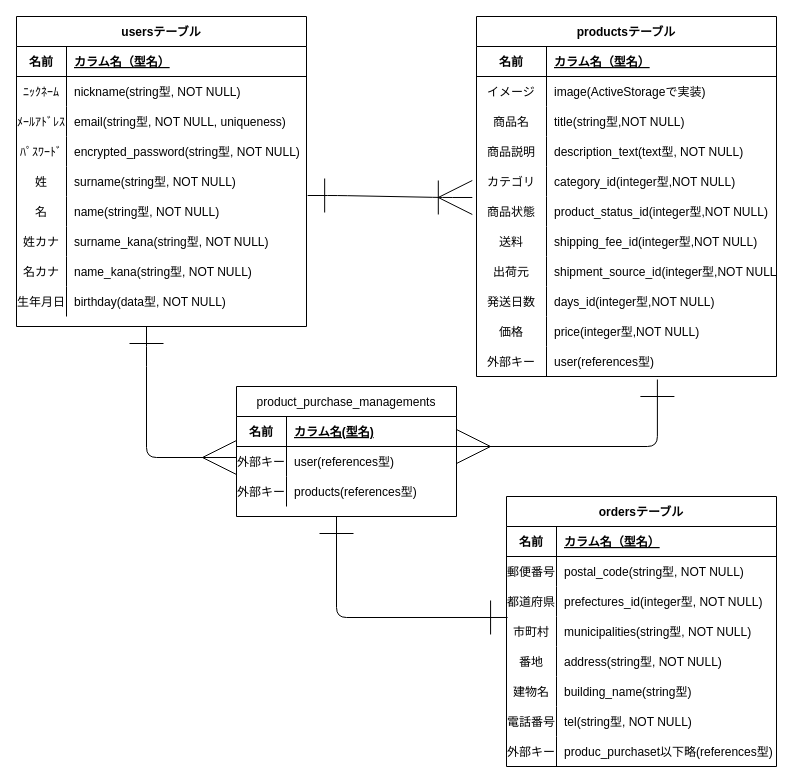
Above: DBdesign.dio in Sazami4423/furima-28477 (draw.io), before the change. Source tidied: cells renumbered, new cells numbered last; positions are measured from the earlier drawing's top-left corner, leaving out a move shared by most shapes. Both pictures are drawn from the tidied source at 100%, with x=0, y=0 at pixel (16, 16).
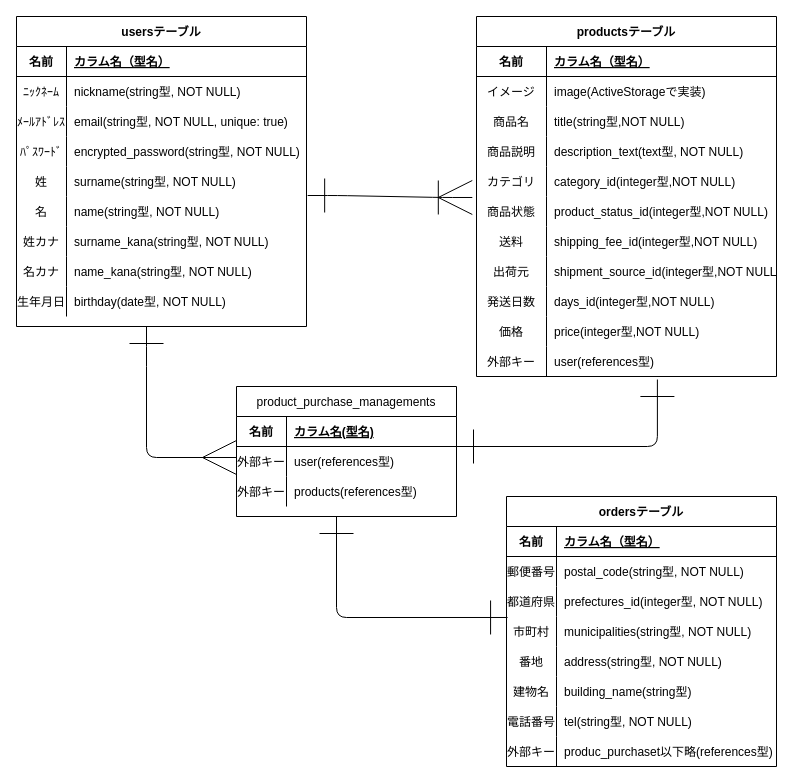
After the change.

Commit message (it also covers changes not shown here):
README,ER図の再々修正

Unchanged cells that the change refers to:
```xml
<mxCell id="33" style="shape=partialRectangle;fillColor=none;top=0;left=0;bottom=0;right=0;points=[[0,0.5],[1,0.5]];portConstraint=eastwest;" parent="2" vertex="1">
  <mxGeometry y="330" width="300" height="30" as="geometry" />
</mxCell>
<mxCell id="68" style="shape=partialRectangle;fillColor=none;top=0;left=0;bottom=0;right=0;" parent="61" vertex="1">
  <mxGeometry y="90" width="290" height="30" as="geometry" />
</mxCell>
<mxCell id="86" style="shape=partialRectangle;fillColor=none;top=0;left=0;bottom=0;right=0;" parent="61" vertex="1">
  <mxGeometry y="270" width="290" height="30" as="geometry" />
</mxCell>
<mxCell id="95" style="shape=partialRectangle;fillColor=none;top=0;left=0;bottom=0;right=0;points=[[0,0.5],[1,0.5]];portConstraint=eastwest;" parent="91" vertex="1">
  <mxGeometry y="60" width="220" height="30" as="geometry" />
</mxCell>
```

The edit, as a diff of the source:
```diff
@@
-    <mxCell id="70" value="email(string型, NOT NULL, uniqueness)" style="shape=partialRectangle;fillColor=none;top=0;left=0;bottom=0;right=0;align=left;spacingLeft=6;overflow=hidden;" parent="68" vertex="1">
+    <mxCell id="70" value="email(string型, NOT NULL, unique: true)" style="shape=partialRectangle;fillColor=none;top=0;left=0;bottom=0;right=0;align=left;spacingLeft=6;overflow=hidden;fontStyle=0;" parent="68" vertex="1">
       <mxGeometry x="50" width="240" height="30" as="geometry" />
     </mxCell>
@@
-    <mxCell id="88" value="birthday(data型, NOT NULL)" style="shape=partialRectangle;fillColor=none;top=0;left=0;bottom=0;right=0;align=left;spacingLeft=6;overflow=hidden;" parent="86" vertex="1">
+    <mxCell id="88" value="birthday(date型, NOT NULL)" style="shape=partialRectangle;fillColor=none;top=0;left=0;bottom=0;right=0;align=left;spacingLeft=6;overflow=hidden;" parent="86" vertex="1">
       <mxGeometry x="50" width="240" height="30" as="geometry" />
     </mxCell>
@@
-    <mxCell id="90" style="edgeStyle=orthogonalEdgeStyle;fontSize=12;html=1;endArrow=ERone;startArrow=ERmany;targetPerimeterSpacing=11;endSize=32;startSize=32;startFill=0;endFill=0;entryX=0.603;entryY=1.1;entryDx=0;entryDy=0;entryPerimeter=0;" parent="1" edge="1" source="95" target="33">
+    <mxCell id="90" style="edgeStyle=orthogonalEdgeStyle;fontSize=12;html=1;endArrow=ERone;startArrow=ERone;targetPerimeterSpacing=11;endSize=32;startSize=32;startFill=0;endFill=0;entryX=0.603;entryY=1.1;entryDx=0;entryDy=0;entryPerimeter=0;" parent="1" edge="1" source="95" target="33">
       <mxGeometry relative="1" as="geometry">
         <Array as="points">
           <mxPoint x="641" y="430" />
         </Array>
       </mxGeometry>
     </mxCell>
```
